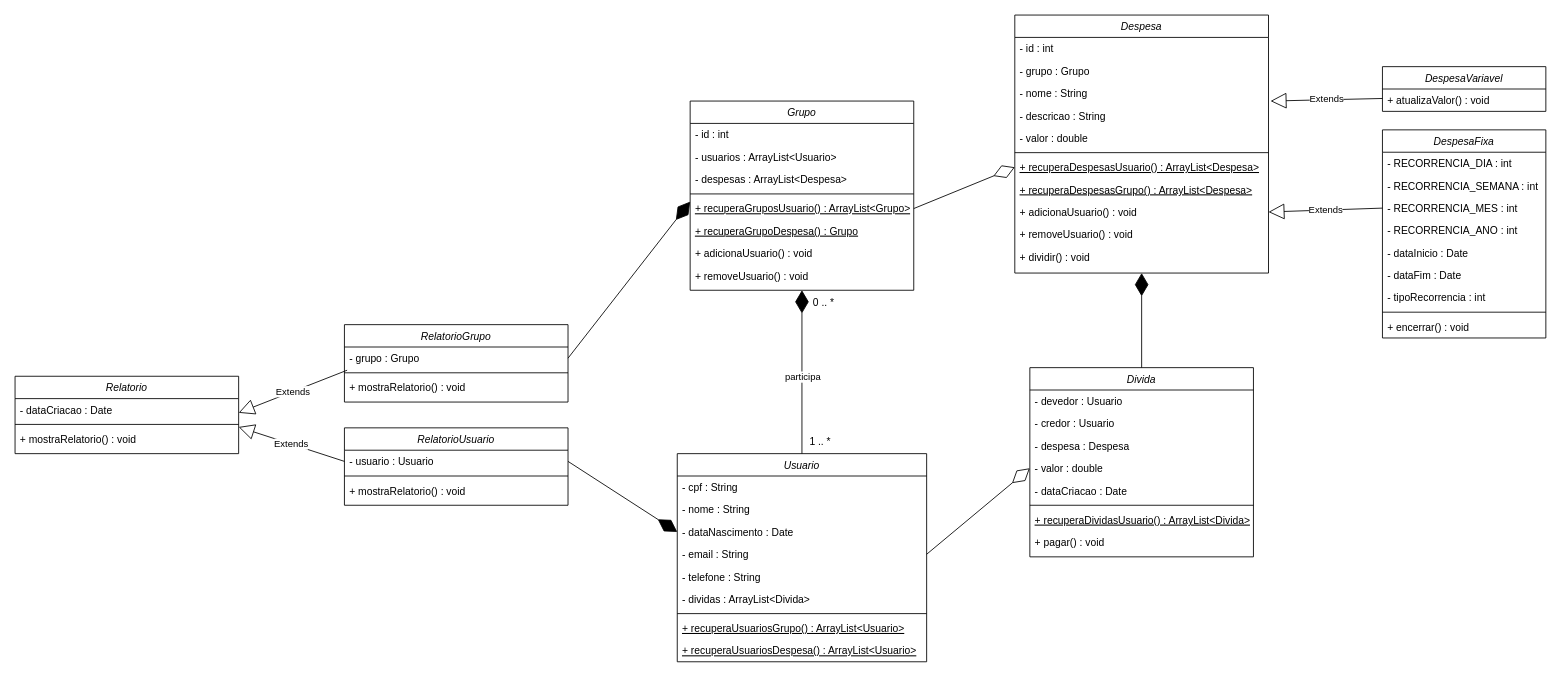
Before: uml/UML.drawio in Grupo-de-TCP/INF01120_Grupo2, a draw.io diagram. Source tidied: cells renumbered, new cells numbered last; positions are measured from the earlier drawing's top-left corner, leaving out a move shared by most shapes. Both pictures are drawn from the tidied source at 86%, with x=0, y=0 at pixel (15, 15).
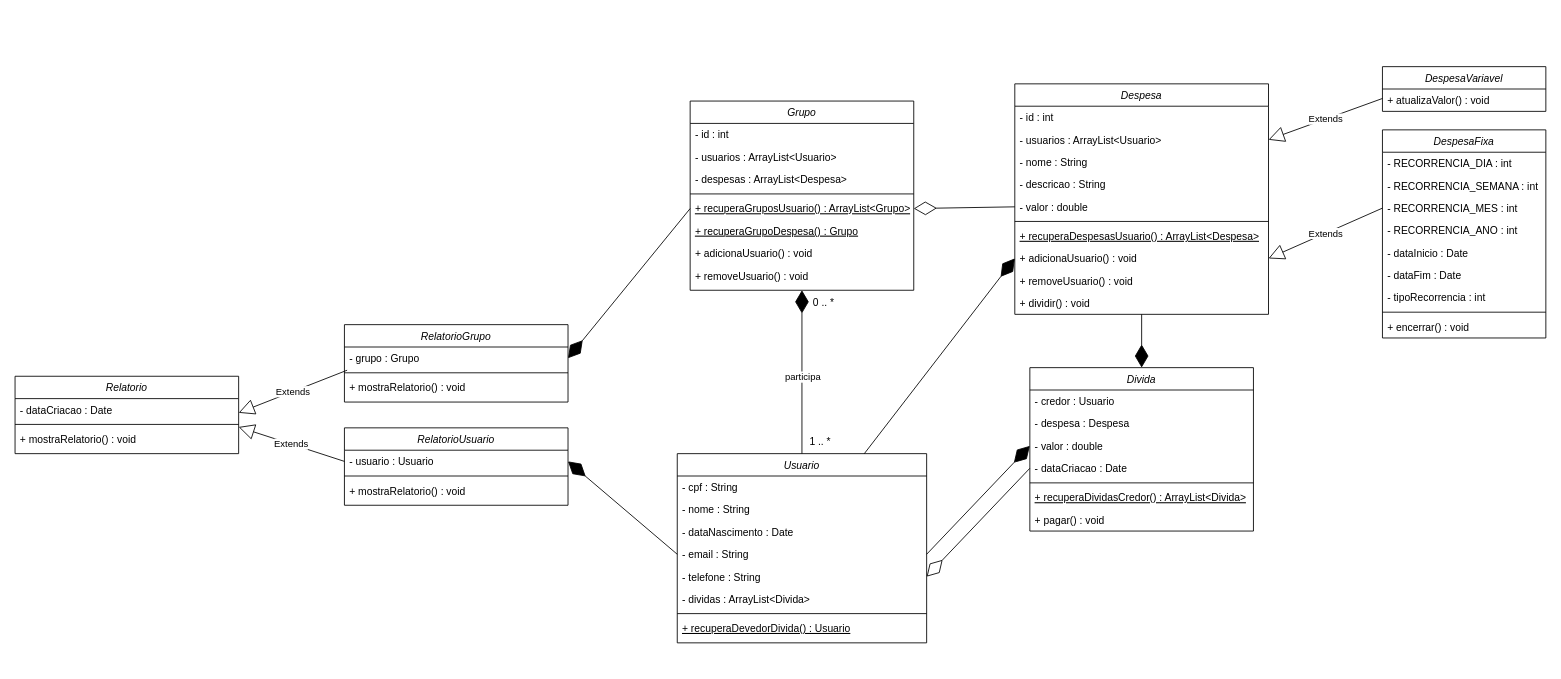
The same diagram, later.

Commit message (it also covers changes not shown here):
Alterando PDF da etapa 1 e UML

The change refers to these unchanged cells:
```xml
<mxCell id="5" value="- dataNascimento : Date" style="text;align=left;verticalAlign=top;spacingLeft=4;spacingRight=4;overflow=hidden;points=[[0,0.5],[1,0.5]];portConstraint=eastwest;rounded=0;shadow=0;html=0;" parent="2" vertex="1">
  <mxGeometry y="78" width="290" height="26" as="geometry" />
</mxCell>
<mxCell id="6" value="- email : String" style="text;align=left;verticalAlign=top;spacingLeft=4;spacingRight=4;overflow=hidden;points=[[0,0.5],[1,0.5]];portConstraint=eastwest;rounded=0;shadow=0;html=0;" parent="2" vertex="1">
  <mxGeometry y="104" width="290" height="26" as="geometry" />
</mxCell>
<mxCell id="7" value="- telefone : String" style="text;align=left;verticalAlign=top;spacingLeft=4;spacingRight=4;overflow=hidden;points=[[0,0.5],[1,0.5]];portConstraint=eastwest;rounded=0;shadow=0;html=0;" parent="2" vertex="1">
  <mxGeometry y="130" width="290" height="26" as="geometry" />
</mxCell>
<mxCell id="17" value="+ recuperaGruposUsuario() : ArrayList&lt;Grupo&gt;" style="text;align=left;verticalAlign=top;spacingLeft=4;spacingRight=4;overflow=hidden;points=[[0,0.5],[1,0.5]];portConstraint=eastwest;fontStyle=4;" parent="12" vertex="1">
  <mxGeometry y="112" width="260" height="26" as="geometry" />
</mxCell>
<mxCell id="24" value="- nome : String" style="text;align=left;verticalAlign=top;spacingLeft=4;spacingRight=4;overflow=hidden;points=[[0,0.5],[1,0.5]];portConstraint=eastwest;rounded=0;shadow=0;html=0;" parent="21" vertex="1">
  <mxGeometry y="78" width="295" height="26" as="geometry" />
</mxCell>
<mxCell id="26" value="- valor : double" style="text;align=left;verticalAlign=top;spacingLeft=4;spacingRight=4;overflow=hidden;points=[[0,0.5],[1,0.5]];portConstraint=eastwest;rounded=0;shadow=0;html=0;" parent="21" vertex="1">
  <mxGeometry y="130" width="295" height="26" as="geometry" />
</mxCell>
<mxCell id="28" value="+ recuperaDespesasUsuario() : ArrayList&lt;Despesa&gt;" style="text;align=left;verticalAlign=top;spacingLeft=4;spacingRight=4;overflow=hidden;points=[[0,0.5],[1,0.5]];portConstraint=eastwest;fontStyle=4;" parent="21" vertex="1">
  <mxGeometry y="164" width="295" height="26" as="geometry" />
</mxCell>
<mxCell id="44" value="+ atualizaValor() : void" style="text;align=left;verticalAlign=top;spacingLeft=4;spacingRight=4;overflow=hidden;points=[[0,0.5],[1,0.5]];portConstraint=eastwest;fontStyle=0;" parent="43" vertex="1">
  <mxGeometry y="26" width="190" height="22" as="geometry" />
</mxCell>
<mxCell id="59" value="- usuario : Usuario" style="text;align=left;verticalAlign=top;spacingLeft=4;spacingRight=4;overflow=hidden;points=[[0,0.5],[1,0.5]];portConstraint=eastwest;rounded=0;shadow=0;html=0;" parent="58" vertex="1">
  <mxGeometry y="26" width="260" height="26" as="geometry" />
</mxCell>
<mxCell id="63" value="- grupo : Grupo" style="text;align=left;verticalAlign=top;spacingLeft=4;spacingRight=4;overflow=hidden;points=[[0,0.5],[1,0.5]];portConstraint=eastwest;rounded=0;shadow=0;html=0;" parent="62" vertex="1">
  <mxGeometry y="26" width="260" height="26" as="geometry" />
</mxCell>
```

What changed in the source:
```diff
@@
     <mxCell id="2" value="Usuario" style="swimlane;fontStyle=2;align=center;verticalAlign=top;horizontal=1;startSize=26;rounded=0;shadow=0;strokeWidth=1;" parent="1" vertex="1">
-      <mxGeometry x="770" y="510" width="290" height="242" as="geometry" />
+      <mxGeometry x="770" y="510" width="290" height="220" as="geometry" />
     </mxCell>
@@
-    <mxCell id="10" value="+ recuperaUsuariosGrupo() : ArrayList&lt;Usuario&gt;" style="text;align=left;verticalAlign=top;spacingLeft=4;spacingRight=4;overflow=hidden;fontStyle=4;" parent="2" vertex="1">
-      <mxGeometry y="190" width="290" height="26" as="geometry" />
-    </mxCell>
-    <mxCell id="11" value="+ recuperaUsuariosDespesa() : ArrayList&lt;Usuario&gt;" style="text;align=left;verticalAlign=top;spacingLeft=4;spacingRight=4;overflow=hidden;fontStyle=4;" parent="2" vertex="1">
-      <mxGeometry y="216" width="290" height="26" as="geometry" />
+    <mxCell id="11" value="+ recuperaDevedorDivida() : Usuario" style="text;align=left;verticalAlign=top;spacingLeft=4;spacingRight=4;overflow=hidden;fontStyle=4;" parent="2" vertex="1">
+      <mxGeometry y="190" width="290" height="26" as="geometry" />
     </mxCell>
@@
     <mxCell id="21" value="Despesa" style="swimlane;fontStyle=2;align=center;verticalAlign=top;horizontal=1;startSize=26;rounded=0;shadow=0;strokeWidth=1;" parent="1" vertex="1">
-      <mxGeometry x="1162.5" width="295" height="300" as="geometry" />
+      <mxGeometry x="1162.5" y="80" width="295" height="268" as="geometry" />
     </mxCell>
@@
-    <mxCell id="23" value="- grupo : Grupo" style="text;align=left;verticalAlign=top;spacingLeft=4;spacingRight=4;overflow=hidden;rounded=0;shadow=0;html=0;" parent="21" vertex="1">
-      <mxGeometry y="52" width="295" height="26" as="geometry" />
-    </mxCell>
+    <mxCell id="79" value="- usuarios : ArrayList&lt;Usuario&gt;" style="text;align=left;verticalAlign=top;spacingLeft=4;spacingRight=4;overflow=hidden;points=[[0,0.5],[1,0.5]];portConstraint=eastwest;rounded=0;shadow=0;html=0;" parent="21" vertex="1">
+      <mxGeometry y="52" width="295" height="26" as="geometry" />
+    </mxCell>
@@
-    <mxCell id="29" value="+ recuperaDespesasGrupo() : ArrayList&lt;Despesa&gt;" style="text;align=left;verticalAlign=top;spacingLeft=4;spacingRight=4;overflow=hidden;fontStyle=4;" parent="21" vertex="1">
-      <mxGeometry y="190" width="295" height="26" as="geometry" />
-    </mxCell>
     <mxCell id="30" value="+ adicionaUsuario() : void" style="text;align=left;verticalAlign=top;spacingLeft=4;spacingRight=4;overflow=hidden;points=[[0,0.5],[1,0.5]];portConstraint=eastwest;fontStyle=0;" parent="21" vertex="1">
-      <mxGeometry y="216" width="295" height="26" as="geometry" />
+      <mxGeometry y="190" width="295" height="26" as="geometry" />
     </mxCell>
     <mxCell id="31" value="+ removeUsuario() : void" style="text;align=left;verticalAlign=top;spacingLeft=4;spacingRight=4;overflow=hidden;fontStyle=0;" parent="21" vertex="1">
-      <mxGeometry y="242" width="295" height="26" as="geometry" />
+      <mxGeometry y="216" width="295" height="26" as="geometry" />
     </mxCell>
     <mxCell id="32" value="+ dividir() : void" style="text;align=left;verticalAlign=top;spacingLeft=4;spacingRight=4;overflow=hidden;fontStyle=0;" parent="21" vertex="1">
-      <mxGeometry y="268" width="295" height="26" as="geometry" />
+      <mxGeometry y="242" width="295" height="26" as="geometry" />
     </mxCell>
@@
     <mxCell id="45" value="Divida" style="swimlane;fontStyle=2;align=center;verticalAlign=top;horizontal=1;startSize=26;rounded=0;shadow=0;strokeWidth=1;" parent="1" vertex="1">
-      <mxGeometry x="1180" y="410" width="260" height="220" as="geometry" />
+      <mxGeometry x="1180" y="410" width="260" height="190" as="geometry" />
     </mxCell>
-    <mxCell id="46" value="- devedor : Usuario" style="text;align=left;verticalAlign=top;spacingLeft=4;spacingRight=4;overflow=hidden;rounded=0;shadow=0;html=0;" parent="45" vertex="1">
-      <mxGeometry y="26" width="260" height="26" as="geometry" />
-    </mxCell>
     <mxCell id="47" value="- credor : Usuario" style="text;align=left;verticalAlign=top;spacingLeft=4;spacingRight=4;overflow=hidden;rounded=0;shadow=0;html=0;" parent="45" vertex="1">
-      <mxGeometry y="52" width="260" height="26" as="geometry" />
+      <mxGeometry y="26" width="260" height="26" as="geometry" />
     </mxCell>
     <mxCell id="48" value="- despesa : Despesa" style="text;align=left;verticalAlign=top;spacingLeft=4;spacingRight=4;overflow=hidden;rounded=0;shadow=0;html=0;" parent="45" vertex="1">
-      <mxGeometry y="78" width="260" height="26" as="geometry" />
+      <mxGeometry y="52" width="260" height="26" as="geometry" />
     </mxCell>
     <mxCell id="49" value="- valor : double" style="text;align=left;verticalAlign=top;spacingLeft=4;spacingRight=4;overflow=hidden;points=[[0,0.5],[1,0.5]];portConstraint=eastwest;rounded=0;shadow=0;html=0;" parent="45" vertex="1">
-      <mxGeometry y="104" width="260" height="26" as="geometry" />
+      <mxGeometry y="78" width="260" height="26" as="geometry" />
     </mxCell>
     <mxCell id="50" value="- dataCriacao : Date" style="text;align=left;verticalAlign=top;spacingLeft=4;spacingRight=4;overflow=hidden;points=[[0,0.5],[1,0.5]];portConstraint=eastwest;rounded=0;shadow=0;html=0;" parent="45" vertex="1">
-      <mxGeometry y="130" width="260" height="26" as="geometry" />
+      <mxGeometry y="104" width="260" height="26" as="geometry" />
     </mxCell>
     <mxCell id="51" style="line;html=1;strokeWidth=1;align=left;verticalAlign=middle;spacingTop=-1;spacingLeft=3;spacingRight=3;labelPosition=right;" parent="45" vertex="1">
-      <mxGeometry y="156" width="260" height="8" as="geometry" />
+      <mxGeometry y="130" width="260" height="8" as="geometry" />
     </mxCell>
-    <mxCell id="52" value="+ recuperaDividasUsuario() : ArrayList&lt;Divida&gt;" style="text;align=left;verticalAlign=top;spacingLeft=4;spacingRight=4;overflow=hidden;fontStyle=4;" parent="45" vertex="1">
-      <mxGeometry y="164" width="260" height="26" as="geometry" />
+    <mxCell id="52" value="+ recuperaDividasCredor() : ArrayList&lt;Divida&gt;" style="text;align=left;verticalAlign=top;spacingLeft=4;spacingRight=4;overflow=hidden;fontStyle=4;" parent="45" vertex="1">
+      <mxGeometry y="138" width="260" height="26" as="geometry" />
     </mxCell>
     <mxCell id="53" value="+ pagar() : void" style="text;align=left;verticalAlign=top;spacingLeft=4;spacingRight=4;overflow=hidden;fontStyle=0;" parent="45" vertex="1">
-      <mxGeometry y="190" width="260" height="26" as="geometry" />
+      <mxGeometry y="164" width="260" height="26" as="geometry" />
     </mxCell>
@@
-    <mxCell id="69" value="Extends" style="endArrow=block;endSize=16;endFill=0;html=1;rounded=0;exitX=0;exitY=0.5;exitDx=0;exitDy=0;entryX=1.008;entryY=0.846;entryDx=0;entryDy=0;entryPerimeter=0;" parent="1" edge="1" source="44" target="24">
+    <mxCell id="69" value="Extends" style="endArrow=block;endSize=16;endFill=0;html=1;rounded=0;exitX=0;exitY=0.5;exitDx=0;exitDy=0;entryX=1;entryY=0.5;entryDx=0;entryDy=0;" parent="1" edge="1" source="44" target="79">
       <mxGeometry relative="1" as="geometry" />
     </mxCell>
-    <mxCell id="70" style="endArrow=diamondThin;endFill=1;endSize=24;html=1;rounded=0;entryX=0;entryY=0.5;entryDx=0;entryDy=0;exitX=1;exitY=0.5;exitDx=0;exitDy=0;" parent="1" edge="1" source="63">
-      <mxGeometry relative="1" as="geometry">
-        <mxPoint x="785" y="217" as="targetPoint" />
-      </mxGeometry>
+    <mxCell id="70" style="endArrow=diamondThin;endFill=1;endSize=24;html=1;rounded=0;entryX=1;entryY=0.5;entryDx=0;entryDy=0;exitX=0;exitY=0.5;exitDx=0;exitDy=0;" parent="1" edge="1" source="17" target="63">
+      <mxGeometry relative="1" as="geometry" />
     </mxCell>
-    <mxCell id="71" style="endArrow=diamondThin;endFill=1;endSize=24;html=1;rounded=0;exitX=1;exitY=0.5;exitDx=0;exitDy=0;entryX=0;entryY=0.5;entryDx=0;entryDy=0;" parent="1" edge="1" source="59" target="5">
+    <mxCell id="71" style="endArrow=diamondThin;endFill=1;endSize=24;html=1;rounded=0;entryX=1;entryY=0.5;entryDx=0;entryDy=0;exitX=0;exitY=0.5;exitDx=0;exitDy=0;" parent="1" edge="1" source="6" target="59">
       <mxGeometry relative="1" as="geometry" />
     </mxCell>
-    <mxCell id="72" style="endArrow=diamondThin;endFill=0;endSize=24;html=1;rounded=0;entryX=0;entryY=0.5;entryDx=0;entryDy=0;exitX=1;exitY=0.5;exitDx=0;exitDy=0;" parent="1" edge="1" source="6" target="49">
-      <mxGeometry relative="1" as="geometry" />
-    </mxCell>
-    <mxCell id="73" style="endArrow=diamondThin;endFill=1;endSize=24;html=1;rounded=0;entryX=0.5;entryY=1;entryDx=0;entryDy=0;exitX=0.5;exitY=0;exitDx=0;exitDy=0;" parent="1" edge="1" source="45" target="21">
+    <mxCell id="73" style="endArrow=diamondThin;endFill=1;endSize=24;html=1;rounded=0;entryX=0.5;entryY=0;entryDx=0;entryDy=0;exitX=0.5;exitY=1;exitDx=0;exitDy=0;" parent="1" edge="1" source="21" target="45">
       <mxGeometry relative="1" as="geometry" />
     </mxCell>
-    <mxCell id="74" style="endArrow=diamondThin;endFill=0;endSize=24;html=1;rounded=0;entryX=0;entryY=0.5;entryDx=0;entryDy=0;exitX=1;exitY=0.5;exitDx=0;exitDy=0;" parent="1" edge="1" source="17" target="28">
+    <mxCell id="74" style="endArrow=diamondThin;endFill=0;endSize=24;html=1;rounded=0;entryX=1;entryY=0.5;entryDx=0;entryDy=0;exitX=0;exitY=0.5;exitDx=0;exitDy=0;" parent="1" edge="1" source="26" target="17">
       <mxGeometry relative="1" as="geometry" />
     </mxCell>
@@
+    <mxCell id="72" style="endArrow=diamondThin;endFill=1;endSize=24;html=1;rounded=0;entryX=0;entryY=0.5;entryDx=0;entryDy=0;exitX=1;exitY=0.5;exitDx=0;exitDy=0;" parent="1" edge="1" source="6" target="49">
+      <mxGeometry relative="1" as="geometry" />
+    </mxCell>
+    <mxCell id="80" style="endArrow=diamondThin;endFill=0;endSize=24;html=1;rounded=0;entryX=1;entryY=0.5;entryDx=0;entryDy=0;exitX=0;exitY=0.5;exitDx=0;exitDy=0;" parent="1" edge="1" source="50" target="7">
+      <mxGeometry relative="1" as="geometry" />
+    </mxCell>
+    <mxCell id="81" style="endArrow=diamondThin;endFill=1;endSize=24;html=1;rounded=0;entryX=0;entryY=0.5;entryDx=0;entryDy=0;exitX=0.75;exitY=0;exitDx=0;exitDy=0;" parent="1" edge="1" source="2" target="30">
+      <mxGeometry relative="1" as="geometry" />
+    </mxCell>
```
